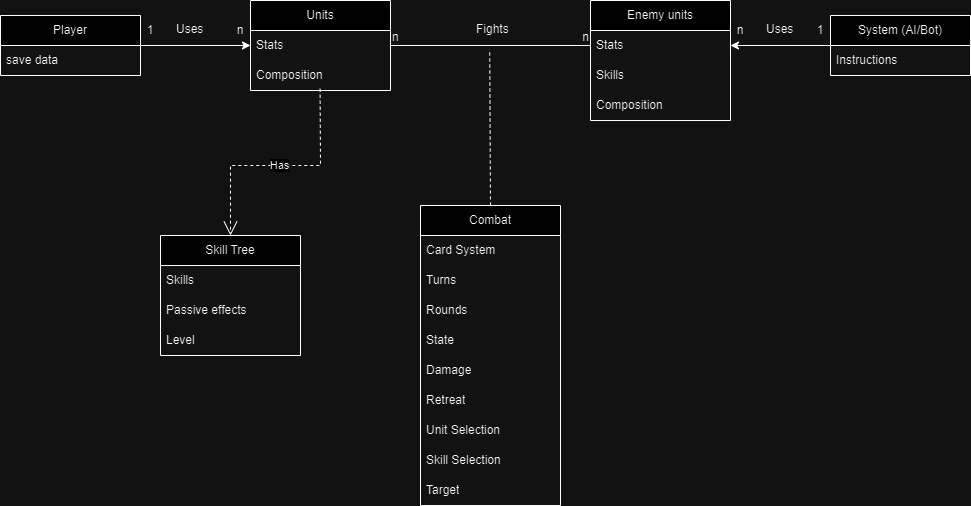
This is img/Combat Group 16 Class Diagram.png from domasbraz/Turn-Based-web-game-Team-Project-Group-16, a draw.io export, as it was before one commit. Source tidied: cells renumbered, new cells last; positions are measured from the earlier drawing's top-left corner, leaving out a move shared by most shapes. Its diagram source:
```xml
<mxGraphModel>
  <root>
    <mxCell id="0" />
    <mxCell id="1" parent="0" />
    <mxCell id="2" style="edgeStyle=orthogonalEdgeStyle;rounded=0;jettySize=auto;html=1;exitX=1;exitY=0.5;exitDx=0;exitDy=0;entryX=0;entryY=0.5;entryDx=0;entryDy=0;" parent="1" edge="1" source="3" target="6">
      <mxGeometry relative="1" as="geometry" />
    </mxCell>
    <mxCell id="3" value="Player" style="swimlane;fontStyle=0;horizontal=1;startSize=30;whiteSpace=wrap;html=1;" parent="1" vertex="1">
      <mxGeometry y="15" width="140" height="60" as="geometry" />
    </mxCell>
    <mxCell id="4" value="save data" style="text;strokeColor=none;fillColor=none;align=left;verticalAlign=middle;spacingLeft=4;spacingRight=4;overflow=hidden;whiteSpace=wrap;html=1;" parent="3" vertex="1">
      <mxGeometry y="30" width="140" height="30" as="geometry" />
    </mxCell>
    <mxCell id="5" value="Units" style="swimlane;fontStyle=0;horizontal=1;startSize=30;whiteSpace=wrap;html=1;" parent="1" vertex="1">
      <mxGeometry x="250" width="140" height="90" as="geometry" />
    </mxCell>
    <mxCell id="6" value="Stats" style="text;strokeColor=none;fillColor=none;align=left;verticalAlign=middle;spacingLeft=4;spacingRight=4;overflow=hidden;points=[[0,0.5],[1,0.5]];portConstraint=eastwest;whiteSpace=wrap;html=1;" parent="5" vertex="1">
      <mxGeometry y="30" width="140" height="30" as="geometry" />
    </mxCell>
    <mxCell id="7" value="Composition" style="text;strokeColor=none;fillColor=none;align=left;verticalAlign=middle;spacingLeft=4;spacingRight=4;overflow=hidden;points=[[0,0.5],[1,0.5]];portConstraint=eastwest;whiteSpace=wrap;html=1;" parent="5" vertex="1">
      <mxGeometry y="60" width="140" height="30" as="geometry" />
    </mxCell>
    <mxCell id="8" value="Skill Tree" style="swimlane;fontStyle=0;horizontal=1;startSize=30;whiteSpace=wrap;html=1;" parent="1" vertex="1">
      <mxGeometry x="160" y="235" width="140" height="120" as="geometry" />
    </mxCell>
    <mxCell id="9" value="Skills" style="text;strokeColor=none;fillColor=none;align=left;verticalAlign=middle;spacingLeft=4;spacingRight=4;overflow=hidden;whiteSpace=wrap;html=1;" parent="8" vertex="1">
      <mxGeometry y="30" width="140" height="30" as="geometry" />
    </mxCell>
    <mxCell id="10" value="Passive effects" style="text;strokeColor=none;fillColor=none;align=left;verticalAlign=middle;spacingLeft=4;spacingRight=4;overflow=hidden;whiteSpace=wrap;html=1;" parent="8" vertex="1">
      <mxGeometry y="60" width="140" height="30" as="geometry" />
    </mxCell>
    <mxCell id="11" value="Level" style="text;strokeColor=none;fillColor=none;align=left;verticalAlign=middle;spacingLeft=4;spacingRight=4;overflow=hidden;whiteSpace=wrap;html=1;" parent="8" vertex="1">
      <mxGeometry y="90" width="140" height="30" as="geometry" />
    </mxCell>
    <mxCell id="12" value="Enemy units" style="swimlane;fontStyle=0;horizontal=1;startSize=30;whiteSpace=wrap;html=1;" parent="1" vertex="1">
      <mxGeometry x="590" width="140" height="120" as="geometry" />
    </mxCell>
    <mxCell id="13" value="Stats" style="text;strokeColor=none;fillColor=none;align=left;verticalAlign=middle;spacingLeft=4;spacingRight=4;overflow=hidden;points=[[0,0.5],[1,0.5]];portConstraint=eastwest;whiteSpace=wrap;html=1;" parent="12" vertex="1">
      <mxGeometry y="30" width="140" height="30" as="geometry" />
    </mxCell>
    <mxCell id="14" value="Skills" style="text;strokeColor=none;fillColor=none;align=left;verticalAlign=middle;spacingLeft=4;spacingRight=4;overflow=hidden;whiteSpace=wrap;html=1;" parent="12" vertex="1">
      <mxGeometry y="60" width="140" height="30" as="geometry" />
    </mxCell>
    <mxCell id="15" value="Composition" style="text;strokeColor=none;fillColor=none;align=left;verticalAlign=middle;spacingLeft=4;spacingRight=4;overflow=hidden;whiteSpace=wrap;html=1;" parent="12" vertex="1">
      <mxGeometry y="90" width="140" height="30" as="geometry" />
    </mxCell>
    <mxCell id="16" style="edgeStyle=orthogonalEdgeStyle;rounded=0;jettySize=auto;html=1;exitX=0;exitY=0.5;exitDx=0;exitDy=0;entryX=1;entryY=0.5;entryDx=0;entryDy=0;" parent="1" edge="1" source="17" target="13">
      <mxGeometry relative="1" as="geometry" />
    </mxCell>
    <mxCell id="17" value="System (AI/Bot)" style="swimlane;fontStyle=0;horizontal=1;startSize=30;whiteSpace=wrap;html=1;" parent="1" vertex="1">
      <mxGeometry x="830" y="15" width="140" height="60" as="geometry" />
    </mxCell>
    <mxCell id="18" value="Instructions" style="text;strokeColor=none;fillColor=none;align=left;verticalAlign=middle;spacingLeft=4;spacingRight=4;overflow=hidden;whiteSpace=wrap;html=1;" parent="17" vertex="1">
      <mxGeometry y="30" width="140" height="30" as="geometry" />
    </mxCell>
    <mxCell id="19" value="Combat" style="swimlane;fontStyle=0;horizontal=1;startSize=30;whiteSpace=wrap;html=1;" parent="1" vertex="1">
      <mxGeometry x="420" y="205" width="140" height="300" as="geometry" />
    </mxCell>
    <mxCell id="20" value="Card System" style="text;strokeColor=none;fillColor=none;align=left;verticalAlign=middle;spacingLeft=4;spacingRight=4;overflow=hidden;whiteSpace=wrap;html=1;" parent="19" vertex="1">
      <mxGeometry y="30" width="140" height="30" as="geometry" />
    </mxCell>
    <mxCell id="21" value="Turns" style="text;strokeColor=none;fillColor=none;align=left;verticalAlign=middle;spacingLeft=4;spacingRight=4;overflow=hidden;whiteSpace=wrap;html=1;" parent="19" vertex="1">
      <mxGeometry y="60" width="140" height="30" as="geometry" />
    </mxCell>
    <mxCell id="22" value="Rounds" style="text;strokeColor=none;fillColor=none;align=left;verticalAlign=middle;spacingLeft=4;spacingRight=4;overflow=hidden;whiteSpace=wrap;html=1;" parent="19" vertex="1">
      <mxGeometry y="90" width="140" height="30" as="geometry" />
    </mxCell>
    <mxCell id="23" value="State" style="text;strokeColor=none;fillColor=none;align=left;verticalAlign=middle;spacingLeft=4;spacingRight=4;overflow=hidden;whiteSpace=wrap;html=1;" parent="19" vertex="1">
      <mxGeometry y="120" width="140" height="30" as="geometry" />
    </mxCell>
    <mxCell id="24" value="Damage" style="text;strokeColor=none;fillColor=none;align=left;verticalAlign=middle;spacingLeft=4;spacingRight=4;overflow=hidden;whiteSpace=wrap;html=1;" parent="19" vertex="1">
      <mxGeometry y="150" width="140" height="30" as="geometry" />
    </mxCell>
    <mxCell id="25" value="Retreat" style="text;strokeColor=none;fillColor=none;align=left;verticalAlign=middle;spacingLeft=4;spacingRight=4;overflow=hidden;whiteSpace=wrap;html=1;" parent="19" vertex="1">
      <mxGeometry y="180" width="140" height="30" as="geometry" />
    </mxCell>
    <mxCell id="26" value="Unit Selection" style="text;strokeColor=none;fillColor=none;align=left;verticalAlign=middle;spacingLeft=4;spacingRight=4;overflow=hidden;whiteSpace=wrap;html=1;" parent="19" vertex="1">
      <mxGeometry y="210" width="140" height="30" as="geometry" />
    </mxCell>
    <mxCell id="27" value="Skill Selection" style="text;strokeColor=none;fillColor=none;align=left;verticalAlign=middle;spacingLeft=4;spacingRight=4;overflow=hidden;whiteSpace=wrap;html=1;" parent="19" vertex="1">
      <mxGeometry y="240" width="140" height="30" as="geometry" />
    </mxCell>
    <mxCell id="28" value="Target" style="text;strokeColor=none;fillColor=none;align=left;verticalAlign=middle;spacingLeft=4;spacingRight=4;overflow=hidden;whiteSpace=wrap;html=1;" parent="19" vertex="1">
      <mxGeometry y="270" width="140" height="30" as="geometry" />
    </mxCell>
    <mxCell id="29" value="Has" style="endArrow=open;endSize=12;dashed=1;html=1;rounded=0;exitX=0.497;exitY=0.94;exitDx=0;exitDy=0;exitPerimeter=0;entryX=0.5;entryY=0;entryDx=0;entryDy=0;" parent="1" edge="1" source="7" target="8">
      <mxGeometry relative="1" as="geometry">
        <Array as="points">
          <mxPoint x="320" y="165" />
          <mxPoint x="230" y="165" />
        </Array>
      </mxGeometry>
    </mxCell>
    <mxCell id="30" style="endArrow=none;html=1;rounded=0;exitX=1;exitY=0.5;exitDx=0;exitDy=0;entryX=0;entryY=0.5;entryDx=0;entryDy=0;" parent="1" edge="1" source="6" target="13">
      <mxGeometry relative="1" as="geometry" />
    </mxCell>
    <mxCell id="31" value="n" style="html=1;whiteSpace=wrap;align=left;verticalAlign=bottom;" parent="30" vertex="1">
      <mxGeometry x="-1" relative="1" as="geometry" />
    </mxCell>
    <mxCell id="32" value="n" style="html=1;whiteSpace=wrap;align=right;verticalAlign=bottom;" parent="30" vertex="1">
      <mxGeometry x="1" relative="1" as="geometry" />
    </mxCell>
    <mxCell id="33" value="Fights" style="text;strokeColor=none;fillColor=none;spacingLeft=4;spacingRight=4;overflow=hidden;points=[[0,0.5],[1,0.5]];portConstraint=eastwest;fontSize=12;whiteSpace=wrap;html=1;" parent="1" vertex="1">
      <mxGeometry x="470" y="15" width="50" height="30" as="geometry" />
    </mxCell>
    <mxCell id="34" style="endArrow=none;dashed=1;html=1;rounded=0;entryX=0.384;entryY=1.127;entryDx=0;entryDy=0;entryPerimeter=0;exitX=0.5;exitY=0;exitDx=0;exitDy=0;" parent="1" edge="1" source="19" target="33">
      <mxGeometry relative="1" as="geometry" />
    </mxCell>
    <mxCell id="35" value="Uses" style="text;strokeColor=none;fillColor=none;spacingLeft=4;spacingRight=4;overflow=hidden;fontSize=12;whiteSpace=wrap;html=1;" parent="1" vertex="1">
      <mxGeometry x="170" y="15" width="40" height="30" as="geometry" />
    </mxCell>
    <mxCell id="36" value="1" style="text;html=1;align=center;verticalAlign=middle;whiteSpace=wrap;rounded=0;" parent="1" vertex="1">
      <mxGeometry x="140" y="15" width="20" height="30" as="geometry" />
    </mxCell>
    <mxCell id="37" value="n" style="text;html=1;align=center;verticalAlign=middle;whiteSpace=wrap;rounded=0;" parent="1" vertex="1">
      <mxGeometry x="230" y="15" width="20" height="30" as="geometry" />
    </mxCell>
    <mxCell id="38" value="n" style="text;html=1;align=center;verticalAlign=middle;whiteSpace=wrap;rounded=0;" parent="1" vertex="1">
      <mxGeometry x="730" y="15" width="20" height="30" as="geometry" />
    </mxCell>
    <mxCell id="39" value="1" style="text;html=1;align=center;verticalAlign=middle;whiteSpace=wrap;rounded=0;" parent="1" vertex="1">
      <mxGeometry x="810" y="15" width="20" height="30" as="geometry" />
    </mxCell>
    <mxCell id="40" value="Uses" style="text;strokeColor=none;fillColor=none;spacingLeft=4;spacingRight=4;overflow=hidden;fontSize=12;whiteSpace=wrap;html=1;" parent="1" vertex="1">
      <mxGeometry x="760" y="15" width="40" height="30" as="geometry" />
    </mxCell>
  </root>
</mxGraphModel>
```
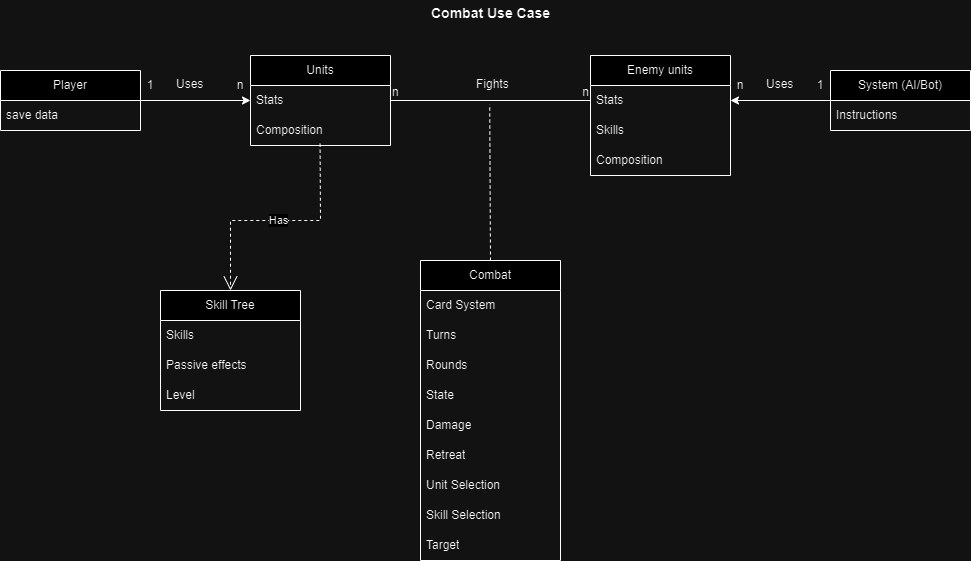
Above is the later version.

Diff of the diagram source:
```diff
@@ -124,5 +124,8 @@
     <mxCell id="40" value="Uses" style="text;strokeColor=none;fillColor=none;spacingLeft=4;spacingRight=4;overflow=hidden;fontSize=12;whiteSpace=wrap;html=1;" parent="1" vertex="1">
       <mxGeometry x="760" y="15" width="40" height="30" as="geometry" />
     </mxCell>
+    <mxCell id="41" value="&lt;font style=&quot;font-size: 14px;&quot;&gt;Combat Use Case&lt;/font&gt;" style="text;align=center;fontStyle=1;verticalAlign=middle;spacingLeft=3;spacingRight=3;strokeColor=none;html=1;" parent="1" vertex="1">
+      <mxGeometry x="450" y="-55" width="80" height="26" as="geometry" />
+    </mxCell>
   </root>
 </mxGraphModel>
```
